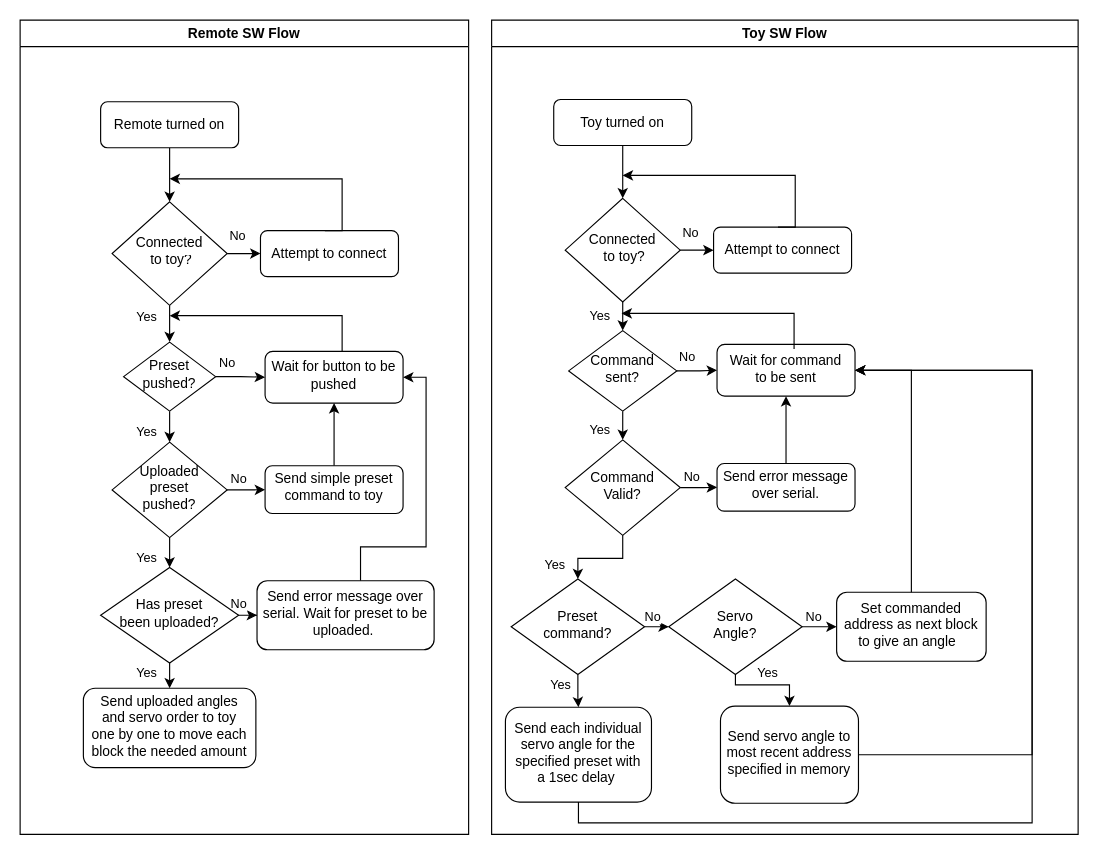
This is Untitled Diagram.drawio from 25Lilly/Shapeshifter, a draw.io file, before an edit. Source tidied: cells renumbered, new cells numbered last; positions are measured from the earlier drawing's top-left corner, leaving out a move shared by most shapes. Both pictures are drawn from the tidied source at 115%, with x=0, y=0 at pixel (20, 20).
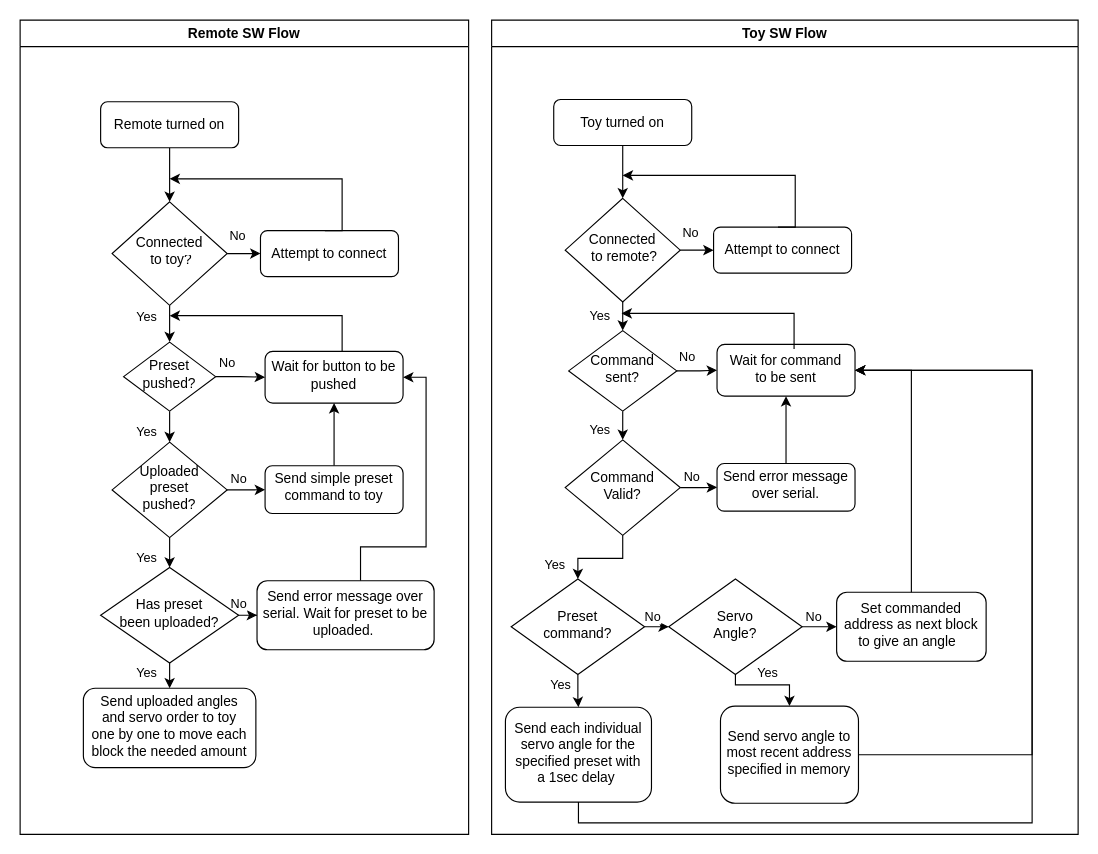
The same diagram, later.

What changed in the source:
```diff
@@
-    <mxCell id="37" value="Connected&lt;br&gt;&amp;nbsp;to toy?" style="rhombus;whiteSpace=wrap;html=1;shadow=0;fontFamily=Helvetica;fontSize=12;align=center;strokeWidth=1;spacing=6;spacingTop=-4;" parent="1" vertex="1">
+    <mxCell id="37" value="Connected&lt;br&gt;&amp;nbsp;to remote?" style="rhombus;whiteSpace=wrap;html=1;shadow=0;fontFamily=Helvetica;fontSize=12;align=center;strokeWidth=1;spacing=6;spacingTop=-4;" parent="1" vertex="1">
       <mxGeometry x="474" y="155" width="100" height="90" as="geometry" />
     </mxCell>
```
